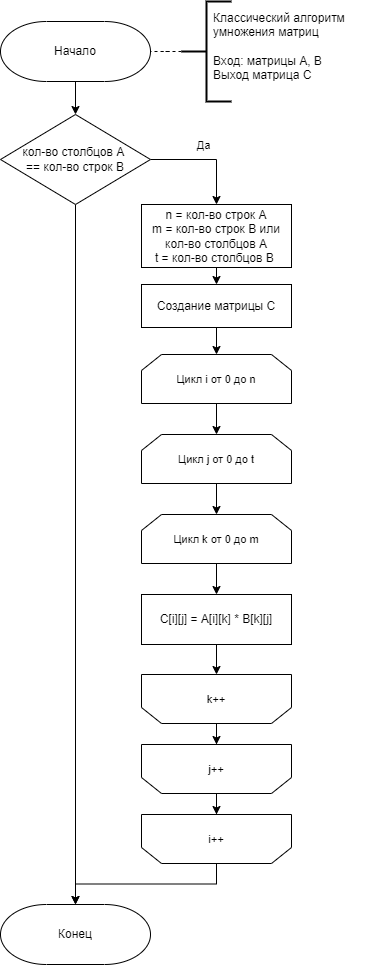
Before: lab_02/docs/img/standart.png, a diagram exported from draw.io (Mansurow/bmstu-iu7-5sem-AA). Source tidied: cells renumbered, new cells last; positions are measured from the earlier drawing's top-left corner, leaving out a move shared by most shapes. Its diagram source:
```xml
<mxGraphModel>
  <root>
    <mxCell id="0" />
    <mxCell id="1" parent="0" />
    <mxCell id="2" style="edgeStyle=orthogonalEdgeStyle;rounded=0;jettySize=auto;html=1;" parent="1" edge="1" source="3" target="7">
      <mxGeometry relative="1" as="geometry" />
    </mxCell>
    <mxCell id="3" value="Начало" style="strokeWidth=1;html=1;shape=mxgraph.flowchart.terminator;whiteSpace=wrap;" parent="1" vertex="1">
      <mxGeometry y="20" width="150" height="60" as="geometry" />
    </mxCell>
    <mxCell id="4" style="edgeStyle=orthogonalEdgeStyle;rounded=0;jettySize=auto;html=1;exitX=1;exitY=0.5;exitDx=0;exitDy=0;" parent="1" edge="1" source="7" target="9">
      <mxGeometry relative="1" as="geometry" />
    </mxCell>
    <mxCell id="5" value="Да" style="edgeLabel;html=1;align=center;verticalAlign=middle;" parent="4" vertex="1">
      <mxGeometry x="-0.06" y="-1" relative="1" as="geometry">
        <mxPoint y="-16" as="offset" />
      </mxGeometry>
    </mxCell>
    <mxCell id="6" style="edgeStyle=orthogonalEdgeStyle;rounded=0;jettySize=auto;html=1;" parent="1" edge="1" source="7" target="24">
      <mxGeometry relative="1" as="geometry" />
    </mxCell>
    <mxCell id="7" value="кол-во столбцов A &lt;br&gt;== кол-во строк B" style="rhombus;whiteSpace=wrap;html=1;" parent="1" vertex="1">
      <mxGeometry y="113" width="150" height="90" as="geometry" />
    </mxCell>
    <mxCell id="8" style="edgeStyle=orthogonalEdgeStyle;rounded=0;jettySize=auto;html=1;exitX=0.5;exitY=1;exitDx=0;exitDy=0;entryX=0.5;entryY=0;entryDx=0;entryDy=0;endArrow=classic;endFill=1;" parent="1" edge="1" source="9" target="29">
      <mxGeometry relative="1" as="geometry" />
    </mxCell>
    <mxCell id="9" value="n = кол-во строк A&lt;br&gt;m = кол-во строк B или кол-во столбцов A&lt;br&gt;t = кол-во столбцов B&amp;nbsp;" style="rounded=0;whiteSpace=wrap;html=1;absoluteArcSize=1;arcSize=14;strokeWidth=1;" parent="1" vertex="1">
      <mxGeometry x="141" y="203" width="150" height="63" as="geometry" />
    </mxCell>
    <mxCell id="10" style="edgeStyle=orthogonalEdgeStyle;rounded=0;jettySize=auto;html=1;" parent="1" edge="1" source="11" target="13">
      <mxGeometry relative="1" as="geometry" />
    </mxCell>
    <mxCell id="11" value="&lt;span style=&quot;font-size: 11px;&quot;&gt;Цикл i от 0 до n&lt;/span&gt;" style="shape=loopLimit;whiteSpace=wrap;html=1;" parent="1" vertex="1">
      <mxGeometry x="141" y="353" width="150" height="49" as="geometry" />
    </mxCell>
    <mxCell id="12" style="edgeStyle=orthogonalEdgeStyle;rounded=0;jettySize=auto;html=1;" parent="1" edge="1" source="13" target="15">
      <mxGeometry relative="1" as="geometry" />
    </mxCell>
    <mxCell id="13" value="&lt;span style=&quot;font-size: 11px;&quot;&gt;Цикл j от 0 до t&lt;/span&gt;" style="shape=loopLimit;whiteSpace=wrap;html=1;" parent="1" vertex="1">
      <mxGeometry x="141" y="433" width="150" height="49" as="geometry" />
    </mxCell>
    <mxCell id="14" style="edgeStyle=orthogonalEdgeStyle;rounded=0;jettySize=auto;html=1;" parent="1" edge="1" source="15" target="17">
      <mxGeometry relative="1" as="geometry" />
    </mxCell>
    <mxCell id="15" value="&lt;span style=&quot;font-size: 11px;&quot;&gt;Цикл k от 0 до m&lt;/span&gt;" style="shape=loopLimit;whiteSpace=wrap;html=1;" parent="1" vertex="1">
      <mxGeometry x="141" y="513" width="150" height="49" as="geometry" />
    </mxCell>
    <mxCell id="16" style="edgeStyle=orthogonalEdgeStyle;rounded=0;jettySize=auto;html=1;" parent="1" edge="1" source="17" target="23">
      <mxGeometry relative="1" as="geometry" />
    </mxCell>
    <mxCell id="17" value="C[i][j] = A[i][k] * B[k][j]" style="rounded=0;whiteSpace=wrap;html=1;absoluteArcSize=1;arcSize=14;strokeWidth=1;" parent="1" vertex="1">
      <mxGeometry x="141" y="593" width="150" height="50" as="geometry" />
    </mxCell>
    <mxCell id="18" style="edgeStyle=orthogonalEdgeStyle;rounded=0;jettySize=auto;html=1;" parent="1" edge="1" source="19" target="24">
      <mxGeometry relative="1" as="geometry" />
    </mxCell>
    <mxCell id="19" value="&lt;span style=&quot;font-size: 11px;&quot;&gt;i++&lt;/span&gt;&lt;span style=&quot;color: rgba(0, 0, 0, 0); font-family: monospace; font-size: 0px; text-align: start;&quot;&gt;%3CmxGraphModel%3E%3Croot%3E%3CmxCell%20id%3D%220%22%2F%3E%3CmxCell%20id%3D%221%22%20parent%3D%220%22%2F%3E%3CmxCell%20id%3D%222%22%20value%3D%22%26lt%3Bspan%20style%3D%26quot%3Bfont-size%3A%2011px%3B%26quot%3B%26gt%3B%D0%A6%D0%B8%D0%BA%D0%BB%20i%20%D0%BE%D1%82%200%20%D0%B4%D0%BE%20n%26lt%3B%2Fspan%26gt%3B%22%20style%3D%22shape%3DloopLimit%3BwhiteSpace%3Dwrap%3Bhtml%3D1%3B%22%20vertex%3D%221%22%20parent%3D%221%22%3E%3CmxGeometry%20x%3D%22360%22%20y%3D%22330%22%20width%3D%22150%22%20height%3D%2249%22%20as%3D%22geometry%22%2F%3E%3C%2FmxCell%3E%3C%2Froot%3E%3C%2FmxGraphModel%3E&lt;/span&gt;" style="shape=loopLimit;whiteSpace=wrap;html=1;direction=west;" parent="1" vertex="1">
      <mxGeometry x="141" y="813" width="150" height="49" as="geometry" />
    </mxCell>
    <mxCell id="20" style="edgeStyle=orthogonalEdgeStyle;rounded=0;jettySize=auto;html=1;" parent="1" edge="1" source="21" target="19">
      <mxGeometry relative="1" as="geometry" />
    </mxCell>
    <mxCell id="21" value="&lt;span style=&quot;font-size: 11px;&quot;&gt;j++&lt;/span&gt;" style="shape=loopLimit;whiteSpace=wrap;html=1;direction=west;" parent="1" vertex="1">
      <mxGeometry x="141" y="743" width="150" height="49" as="geometry" />
    </mxCell>
    <mxCell id="22" style="edgeStyle=orthogonalEdgeStyle;rounded=0;jettySize=auto;html=1;entryX=0.5;entryY=1;entryDx=0;entryDy=0;" parent="1" edge="1" source="23" target="21">
      <mxGeometry relative="1" as="geometry" />
    </mxCell>
    <mxCell id="23" value="&lt;span style=&quot;font-size: 11px;&quot;&gt;k++&lt;/span&gt;" style="shape=loopLimit;whiteSpace=wrap;html=1;direction=west;" parent="1" vertex="1">
      <mxGeometry x="141" y="673" width="150" height="49" as="geometry" />
    </mxCell>
    <mxCell id="24" value="Конец" style="strokeWidth=1;html=1;shape=mxgraph.flowchart.terminator;whiteSpace=wrap;" parent="1" vertex="1">
      <mxGeometry y="903" width="150" height="60" as="geometry" />
    </mxCell>
    <mxCell id="25" style="edgeStyle=orthogonalEdgeStyle;rounded=0;jettySize=auto;html=1;endArrow=none;endFill=0;dashed=1;" parent="1" edge="1" source="26" target="3">
      <mxGeometry relative="1" as="geometry" />
    </mxCell>
    <mxCell id="26" style="strokeWidth=2;html=1;shape=mxgraph.flowchart.annotation_2;align=left;labelPosition=right;" parent="1" vertex="1">
      <mxGeometry x="181" width="50" height="100" as="geometry" />
    </mxCell>
    <mxCell id="27" value="Классический алгоритм &lt;br&gt;умножения матриц&lt;br&gt;&lt;br&gt;Вход: матрицы A, B&lt;br&gt;Выход матрица С" style="text;html=1;align=left;verticalAlign=middle;strokeColor=none;fillColor=none;" parent="1" vertex="1">
      <mxGeometry x="211" width="160" height="90" as="geometry" />
    </mxCell>
    <mxCell id="28" style="edgeStyle=orthogonalEdgeStyle;rounded=0;jettySize=auto;html=1;endArrow=classic;endFill=1;" parent="1" edge="1" source="29" target="11">
      <mxGeometry relative="1" as="geometry" />
    </mxCell>
    <mxCell id="29" value="Создание матрицы C" style="rounded=0;whiteSpace=wrap;html=1;absoluteArcSize=1;arcSize=14;strokeWidth=1;" parent="1" vertex="1">
      <mxGeometry x="141" y="283" width="150" height="43" as="geometry" />
    </mxCell>
  </root>
</mxGraphModel>
```
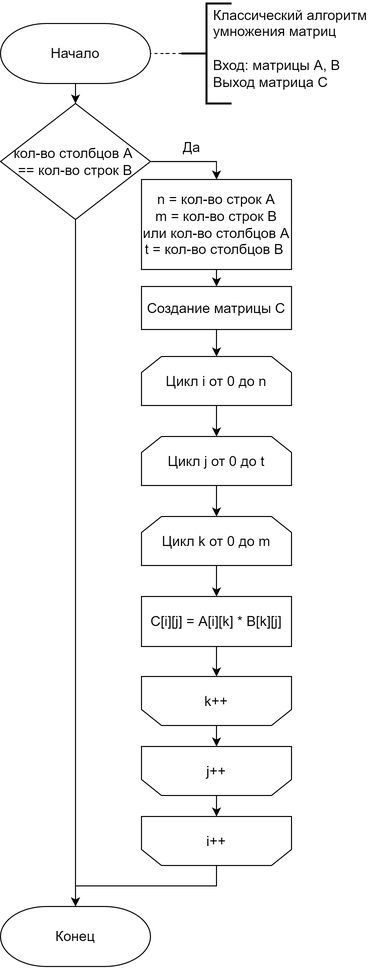
Later version of the same file.

What changed in the source:
```diff
@@ -2,90 +2,94 @@
   <root>
     <mxCell id="0" />
     <mxCell id="1" parent="0" />
-    <mxCell id="2" style="edgeStyle=orthogonalEdgeStyle;rounded=0;jettySize=auto;html=1;" parent="1" edge="1" source="3" target="7">
+    <mxCell id="2" style="edgeStyle=orthogonalEdgeStyle;rounded=0;jettySize=auto;html=1;fontSize=14;" parent="1" edge="1" source="3" target="7">
       <mxGeometry relative="1" as="geometry" />
     </mxCell>
-    <mxCell id="3" value="Начало" style="strokeWidth=1;html=1;shape=mxgraph.flowchart.terminator;whiteSpace=wrap;" parent="1" vertex="1">
+    <mxCell id="3" value="Начало" style="strokeWidth=1;html=1;shape=mxgraph.flowchart.terminator;whiteSpace=wrap;fontSize=14;" parent="1" vertex="1">
       <mxGeometry y="20" width="150" height="60" as="geometry" />
     </mxCell>
-    <mxCell id="4" style="edgeStyle=orthogonalEdgeStyle;rounded=0;jettySize=auto;html=1;exitX=1;exitY=0.5;exitDx=0;exitDy=0;" parent="1" edge="1" source="7" target="9">
-      <mxGeometry relative="1" as="geometry" />
+    <mxCell id="4" style="edgeStyle=orthogonalEdgeStyle;rounded=0;jettySize=auto;html=1;exitX=1;exitY=0.5;exitDx=0;exitDy=0;fontSize=14;" parent="1" edge="1" source="7" target="9">
+      <mxGeometry relative="1" as="geometry">
+        <Array as="points">
+          <mxPoint x="216" y="158" />
+        </Array>
+      </mxGeometry>
     </mxCell>
-    <mxCell id="5" value="Да" style="edgeLabel;html=1;align=center;verticalAlign=middle;" parent="4" vertex="1">
+    <mxCell id="5" value="Да" style="edgeLabel;html=1;align=center;verticalAlign=middle;fontSize=14;" parent="4" vertex="1">
       <mxGeometry x="-0.06" y="-1" relative="1" as="geometry">
         <mxPoint y="-16" as="offset" />
       </mxGeometry>
     </mxCell>
-    <mxCell id="6" style="edgeStyle=orthogonalEdgeStyle;rounded=0;jettySize=auto;html=1;" parent="1" edge="1" source="7" target="24">
+    <mxCell id="6" style="edgeStyle=orthogonalEdgeStyle;rounded=0;jettySize=auto;html=1;fontSize=14;" parent="1" edge="1" source="7" target="24">
       <mxGeometry relative="1" as="geometry" />
     </mxCell>
-    <mxCell id="7" value="кол-во столбцов A &lt;br&gt;== кол-во строк B" style="rhombus;whiteSpace=wrap;html=1;" parent="1" vertex="1">
-      <mxGeometry y="113" width="150" height="90" as="geometry" />
+    <mxCell id="7" value="кол-во столбцов A &lt;br style=&quot;font-size: 14px;&quot;&gt;== кол-во строк B" style="rhombus;whiteSpace=wrap;html=1;fontSize=14;" parent="1" vertex="1">
+      <mxGeometry y="100" width="150" height="116" as="geometry" />
     </mxCell>
-    <mxCell id="8" style="edgeStyle=orthogonalEdgeStyle;rounded=0;jettySize=auto;html=1;exitX=0.5;exitY=1;exitDx=0;exitDy=0;entryX=0.5;entryY=0;entryDx=0;entryDy=0;endArrow=classic;endFill=1;" parent="1" edge="1" source="9" target="29">
+    <mxCell id="8" style="edgeStyle=orthogonalEdgeStyle;rounded=0;jettySize=auto;html=1;exitX=0.5;exitY=1;exitDx=0;exitDy=0;entryX=0.5;entryY=0;entryDx=0;entryDy=0;endArrow=classic;endFill=1;fontSize=14;" parent="1" edge="1" source="9" target="29">
       <mxGeometry relative="1" as="geometry" />
     </mxCell>
-    <mxCell id="9" value="n = кол-во строк A&lt;br&gt;m = кол-во строк B или кол-во столбцов A&lt;br&gt;t = кол-во столбцов B&amp;nbsp;" style="rounded=0;whiteSpace=wrap;html=1;absoluteArcSize=1;arcSize=14;strokeWidth=1;" parent="1" vertex="1">
-      <mxGeometry x="141" y="203" width="150" height="63" as="geometry" />
+    <mxCell id="9" value="n = кол-во строк A&lt;br style=&quot;font-size: 14px;&quot;&gt;m = кол-во строк B или кол-во столбцов A&lt;br style=&quot;font-size: 14px;&quot;&gt;t = кол-во столбцов B&amp;nbsp;" style="rounded=0;whiteSpace=wrap;html=1;absoluteArcSize=1;arcSize=14;strokeWidth=1;fontSize=14;" parent="1" vertex="1">
+      <mxGeometry x="141" y="176" width="150" height="90" as="geometry" />
     </mxCell>
-    <mxCell id="10" style="edgeStyle=orthogonalEdgeStyle;rounded=0;jettySize=auto;html=1;" parent="1" edge="1" source="11" target="13">
+    <mxCell id="10" style="edgeStyle=orthogonalEdgeStyle;rounded=0;jettySize=auto;html=1;fontSize=14;" parent="1" edge="1" source="11" target="13">
       <mxGeometry relative="1" as="geometry" />
     </mxCell>
-    <mxCell id="11" value="&lt;span style=&quot;font-size: 11px;&quot;&gt;Цикл i от 0 до n&lt;/span&gt;" style="shape=loopLimit;whiteSpace=wrap;html=1;" parent="1" vertex="1">
+    <mxCell id="11" value="&lt;span style=&quot;font-size: 14px;&quot;&gt;Цикл i от 0 до n&lt;/span&gt;" style="shape=loopLimit;whiteSpace=wrap;html=1;fontSize=14;" parent="1" vertex="1">
       <mxGeometry x="141" y="353" width="150" height="49" as="geometry" />
     </mxCell>
-    <mxCell id="12" style="edgeStyle=orthogonalEdgeStyle;rounded=0;jettySize=auto;html=1;" parent="1" edge="1" source="13" target="15">
+    <mxCell id="12" style="edgeStyle=orthogonalEdgeStyle;rounded=0;jettySize=auto;html=1;fontSize=14;" parent="1" edge="1" source="13" target="15">
       <mxGeometry relative="1" as="geometry" />
     </mxCell>
-    <mxCell id="13" value="&lt;span style=&quot;font-size: 11px;&quot;&gt;Цикл j от 0 до t&lt;/span&gt;" style="shape=loopLimit;whiteSpace=wrap;html=1;" parent="1" vertex="1">
+    <mxCell id="13" value="&lt;span style=&quot;font-size: 14px;&quot;&gt;Цикл j от 0 до t&lt;/span&gt;" style="shape=loopLimit;whiteSpace=wrap;html=1;fontSize=14;" parent="1" vertex="1">
       <mxGeometry x="141" y="433" width="150" height="49" as="geometry" />
     </mxCell>
-    <mxCell id="14" style="edgeStyle=orthogonalEdgeStyle;rounded=0;jettySize=auto;html=1;" parent="1" edge="1" source="15" target="17">
+    <mxCell id="14" style="edgeStyle=orthogonalEdgeStyle;rounded=0;jettySize=auto;html=1;fontSize=14;" parent="1" edge="1" source="15" target="17">
       <mxGeometry relative="1" as="geometry" />
     </mxCell>
-    <mxCell id="15" value="&lt;span style=&quot;font-size: 11px;&quot;&gt;Цикл k от 0 до m&lt;/span&gt;" style="shape=loopLimit;whiteSpace=wrap;html=1;" parent="1" vertex="1">
+    <mxCell id="15" value="&lt;span style=&quot;font-size: 14px;&quot;&gt;Цикл k от 0 до m&lt;/span&gt;" style="shape=loopLimit;whiteSpace=wrap;html=1;fontSize=14;" parent="1" vertex="1">
       <mxGeometry x="141" y="513" width="150" height="49" as="geometry" />
     </mxCell>
-    <mxCell id="16" style="edgeStyle=orthogonalEdgeStyle;rounded=0;jettySize=auto;html=1;" parent="1" edge="1" source="17" target="23">
+    <mxCell id="16" style="edgeStyle=orthogonalEdgeStyle;rounded=0;jettySize=auto;html=1;fontSize=14;" parent="1" edge="1" source="17" target="23">
       <mxGeometry relative="1" as="geometry" />
     </mxCell>
-    <mxCell id="17" value="C[i][j] = A[i][k] * B[k][j]" style="rounded=0;whiteSpace=wrap;html=1;absoluteArcSize=1;arcSize=14;strokeWidth=1;" parent="1" vertex="1">
+    <mxCell id="17" value="C[i][j] = A[i][k] * B[k][j]" style="rounded=0;whiteSpace=wrap;html=1;absoluteArcSize=1;arcSize=14;strokeWidth=1;fontSize=14;" parent="1" vertex="1">
       <mxGeometry x="141" y="593" width="150" height="50" as="geometry" />
     </mxCell>
-    <mxCell id="18" style="edgeStyle=orthogonalEdgeStyle;rounded=0;jettySize=auto;html=1;" parent="1" edge="1" source="19" target="24">
+    <mxCell id="18" style="edgeStyle=orthogonalEdgeStyle;rounded=0;jettySize=auto;html=1;fontSize=14;" parent="1" edge="1" source="19" target="24">
       <mxGeometry relative="1" as="geometry" />
     </mxCell>
-    <mxCell id="19" value="&lt;span style=&quot;font-size: 11px;&quot;&gt;i++&lt;/span&gt;&lt;span style=&quot;color: rgba(0, 0, 0, 0); font-family: monospace; font-size: 0px; text-align: start;&quot;&gt;%3CmxGraphModel%3E%3Croot%3E%3CmxCell%20id%3D%220%22%2F%3E%3CmxCell%20id%3D%221%22%20parent%3D%220%22%2F%3E%3CmxCell%20id%3D%222%22%20value%3D%22%26lt%3Bspan%20style%3D%26quot%3Bfont-size%3A%2011px%3B%26quot%3B%26gt%3B%D0%A6%D0%B8%D0%BA%D0%BB%20i%20%D0%BE%D1%82%200%20%D0%B4%D0%BE%20n%26lt%3B%2Fspan%26gt%3B%22%20style%3D%22shape%3DloopLimit%3BwhiteSpace%3Dwrap%3Bhtml%3D1%3B%22%20vertex%3D%221%22%20parent%3D%221%22%3E%3CmxGeometry%20x%3D%22360%22%20y%3D%22330%22%20width%3D%22150%22%20height%3D%2249%22%20as%3D%22geometry%22%2F%3E%3C%2FmxCell%3E%3C%2Froot%3E%3C%2FmxGraphModel%3E&lt;/span&gt;" style="shape=loopLimit;whiteSpace=wrap;html=1;direction=west;" parent="1" vertex="1">
+    <mxCell id="19" value="i++" style="shape=loopLimit;whiteSpace=wrap;html=1;direction=west;fontSize=14;" parent="1" vertex="1">
       <mxGeometry x="141" y="813" width="150" height="49" as="geometry" />
     </mxCell>
-    <mxCell id="20" style="edgeStyle=orthogonalEdgeStyle;rounded=0;jettySize=auto;html=1;" parent="1" edge="1" source="21" target="19">
+    <mxCell id="20" style="edgeStyle=orthogonalEdgeStyle;rounded=0;jettySize=auto;html=1;fontSize=14;" parent="1" edge="1" source="21" target="19">
       <mxGeometry relative="1" as="geometry" />
     </mxCell>
-    <mxCell id="21" value="&lt;span style=&quot;font-size: 11px;&quot;&gt;j++&lt;/span&gt;" style="shape=loopLimit;whiteSpace=wrap;html=1;direction=west;" parent="1" vertex="1">
+    <mxCell id="21" value="&lt;span style=&quot;font-size: 14px;&quot;&gt;j++&lt;/span&gt;" style="shape=loopLimit;whiteSpace=wrap;html=1;direction=west;fontSize=14;" parent="1" vertex="1">
       <mxGeometry x="141" y="743" width="150" height="49" as="geometry" />
     </mxCell>
-    <mxCell id="22" style="edgeStyle=orthogonalEdgeStyle;rounded=0;jettySize=auto;html=1;entryX=0.5;entryY=1;entryDx=0;entryDy=0;" parent="1" edge="1" source="23" target="21">
+    <mxCell id="22" style="edgeStyle=orthogonalEdgeStyle;rounded=0;jettySize=auto;html=1;entryX=0.5;entryY=1;entryDx=0;entryDy=0;fontSize=14;" parent="1" edge="1" source="23" target="21">
       <mxGeometry relative="1" as="geometry" />
     </mxCell>
-    <mxCell id="23" value="&lt;span style=&quot;font-size: 11px;&quot;&gt;k++&lt;/span&gt;" style="shape=loopLimit;whiteSpace=wrap;html=1;direction=west;" parent="1" vertex="1">
+    <mxCell id="23" value="&lt;span style=&quot;font-size: 14px;&quot;&gt;k++&lt;/span&gt;" style="shape=loopLimit;whiteSpace=wrap;html=1;direction=west;fontSize=14;" parent="1" vertex="1">
       <mxGeometry x="141" y="673" width="150" height="49" as="geometry" />
     </mxCell>
-    <mxCell id="24" value="Конец" style="strokeWidth=1;html=1;shape=mxgraph.flowchart.terminator;whiteSpace=wrap;" parent="1" vertex="1">
+    <mxCell id="24" value="Конец" style="strokeWidth=1;html=1;shape=mxgraph.flowchart.terminator;whiteSpace=wrap;fontSize=14;" parent="1" vertex="1">
       <mxGeometry y="903" width="150" height="60" as="geometry" />
     </mxCell>
-    <mxCell id="25" style="edgeStyle=orthogonalEdgeStyle;rounded=0;jettySize=auto;html=1;endArrow=none;endFill=0;dashed=1;" parent="1" edge="1" source="26" target="3">
+    <mxCell id="25" style="edgeStyle=orthogonalEdgeStyle;rounded=0;jettySize=auto;html=1;endArrow=none;endFill=0;dashed=1;fontSize=14;" parent="1" edge="1" source="26" target="3">
       <mxGeometry relative="1" as="geometry" />
     </mxCell>
-    <mxCell id="26" style="strokeWidth=2;html=1;shape=mxgraph.flowchart.annotation_2;align=left;labelPosition=right;" parent="1" vertex="1">
+    <mxCell id="26" style="strokeWidth=2;html=1;shape=mxgraph.flowchart.annotation_2;align=left;labelPosition=right;fontSize=14;" parent="1" vertex="1">
       <mxGeometry x="181" width="50" height="100" as="geometry" />
     </mxCell>
-    <mxCell id="27" value="Классический алгоритм &lt;br&gt;умножения матриц&lt;br&gt;&lt;br&gt;Вход: матрицы A, B&lt;br&gt;Выход матрица С" style="text;html=1;align=left;verticalAlign=middle;strokeColor=none;fillColor=none;" parent="1" vertex="1">
-      <mxGeometry x="211" width="160" height="90" as="geometry" />
+    <mxCell id="27" value="Классический алгоритм &lt;br style=&quot;font-size: 14px;&quot;&gt;умножения матриц&lt;br style=&quot;font-size: 14px;&quot;&gt;&lt;br style=&quot;font-size: 14px;&quot;&gt;Вход: матрицы A, B&lt;br style=&quot;font-size: 14px;&quot;&gt;Выход матрица С" style="text;html=1;align=left;verticalAlign=middle;strokeColor=none;fillColor=none;fontSize=14;" parent="1" vertex="1">
+      <mxGeometry x="211" y="-3" width="172" height="96" as="geometry" />
     </mxCell>
-    <mxCell id="28" style="edgeStyle=orthogonalEdgeStyle;rounded=0;jettySize=auto;html=1;endArrow=classic;endFill=1;" parent="1" edge="1" source="29" target="11">
+    <mxCell id="28" style="edgeStyle=orthogonalEdgeStyle;rounded=0;jettySize=auto;html=1;endArrow=classic;endFill=1;fontSize=14;" parent="1" edge="1" source="29" target="11">
       <mxGeometry relative="1" as="geometry" />
     </mxCell>
-    <mxCell id="29" value="Создание матрицы C" style="rounded=0;whiteSpace=wrap;html=1;absoluteArcSize=1;arcSize=14;strokeWidth=1;" parent="1" vertex="1">
+    <mxCell id="29" value="Создание матрицы C" style="rounded=0;whiteSpace=wrap;html=1;absoluteArcSize=1;arcSize=14;strokeWidth=1;fontSize=14;" parent="1" vertex="1">
       <mxGeometry x="141" y="283" width="150" height="43" as="geometry" />
     </mxCell>
   </root>
```
